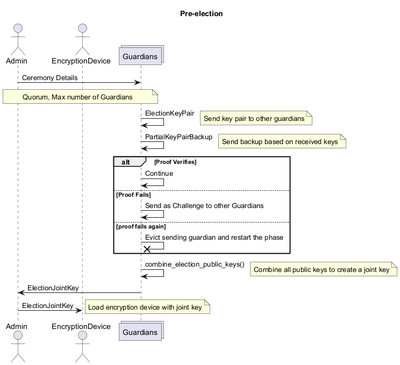
Earlier version of the PlantUML export docs/thesis/abbildungen/Diagramme/communication-seq0-mqtt.png (Mudderschiff/IoT-election).
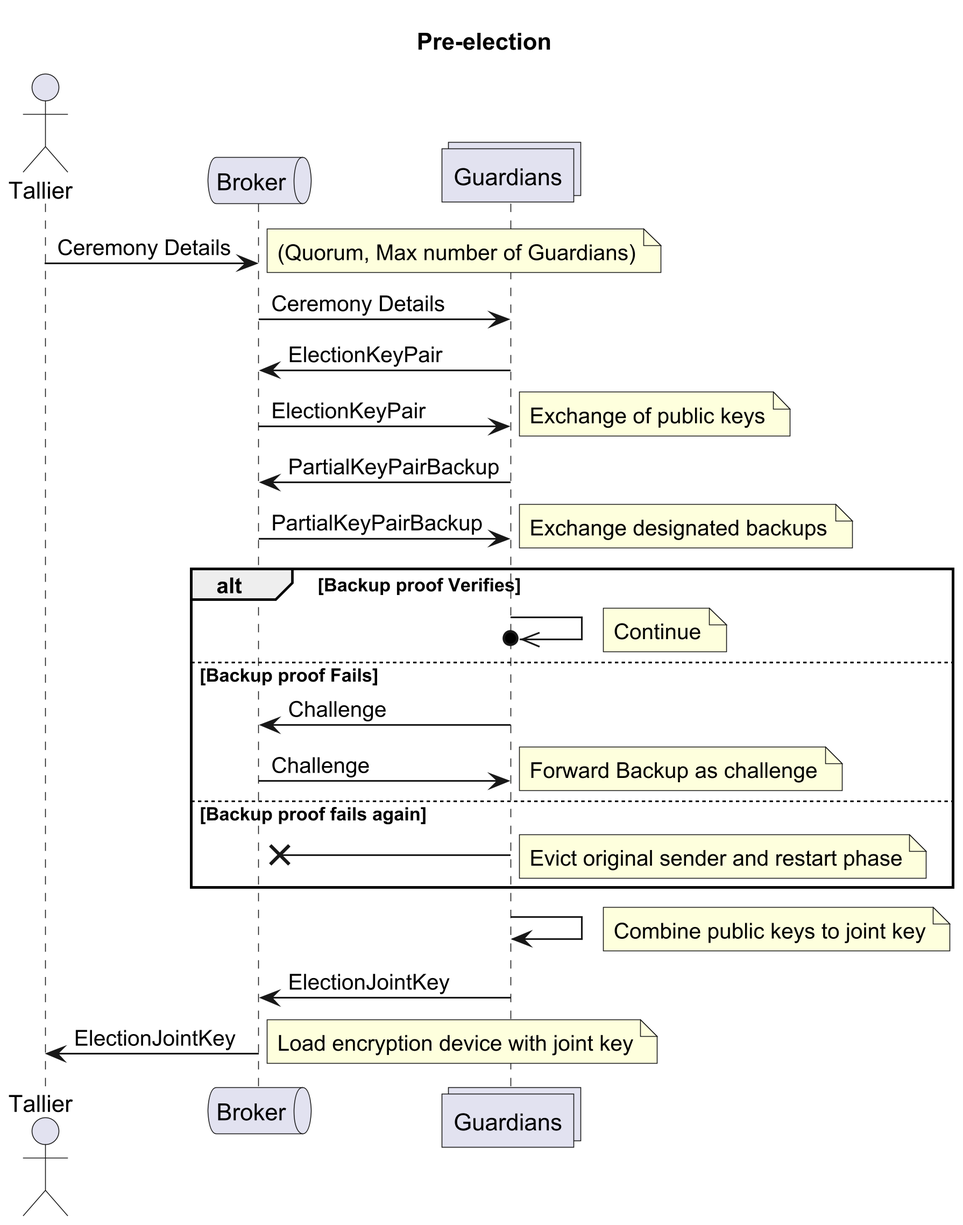
After the change.

The edit, as a diff of the source:
```diff
@@ -1,27 +1,33 @@
 @startuml
+skinparam dpi 300
 hide unlinked
-actor Admin as A
-actor EncryptionDevice as E
+actor Tallier as T
+Queue Broker as B
 collections Guardians as G
-actor Voter as V
-actor ThirdParties as T
 title Pre-election
-A -> G : Ceremony Details
-note over A, G: Quorum, Max number of Guardians
-G -> G : ElectionKeyPair
-note right: Send key pair to other guardians
-G -> G : PartialKeyPairBackup
-note right: Send backup based on received keys
-alt Proof Verifies
-G -> G : Continue
-else Proof Fails
-     G -> G : Send as Challenge to other Guardians
-else proof fails again
-     G -x G : Evict sending guardian and restart the phase
+T -> B : Ceremony Details
+note right: (Quorum, Max number of Guardians)
+B -> G : Ceremony Details
+G -> B : ElectionKeyPair
+B -> G : ElectionKeyPair
+note right: Exchange of public keys
+G -> B : PartialKeyPairBackup
+B -> G : PartialKeyPairBackup
+note right: Exchange designated backups
+alt Backup proof Verifies
+G ->>o G
+note right: Continue
+else Backup proof Fails
+	G -> B : Challenge
+	B -> G : Challenge
+note right: Forward Backup as challenge
+else Backup proof fails again
+     G -x B :
+note right: Evict original sender and restart phase
 end
-G -> G : combine_election_public_keys()
-note right: Combine all public keys to create a joint key
-G -> A : ElectionJointKey
-A -> E : ElectionJointKey
+G -> G :
+note right: Combine public keys to joint key
+G -> B : ElectionJointKey
+B -> T : ElectionJointKey
 note right: Load encryption device with joint key
 @enduml
```
